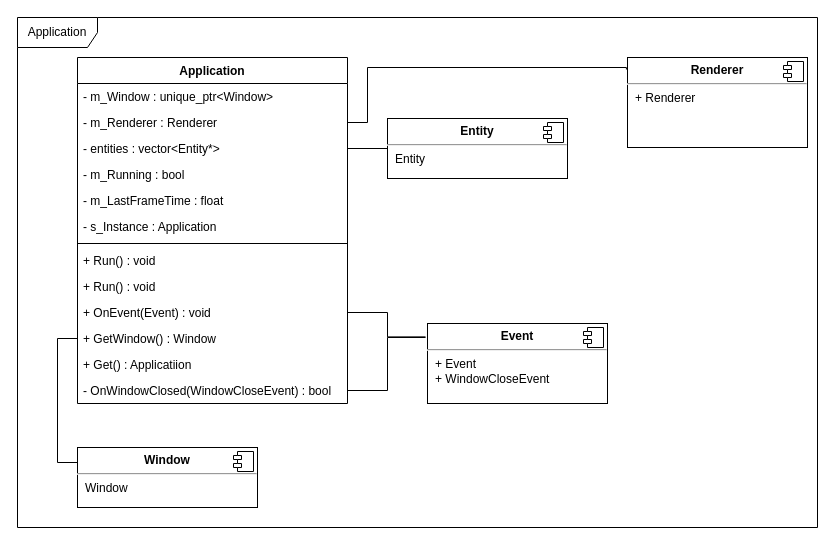
The draw.io diagram page "Application" (4 of 8) of UMLDiagram.drawio in hazN/ECS_Engine, before the edit. Source tidied: cells renumbered, new cells numbered last; positions are measured from the earlier drawing's top-left corner, leaving out a move shared by most shapes. Both pictures are drawn from the tidied source at 100%, with x=0, y=0 at pixel (17, 17).
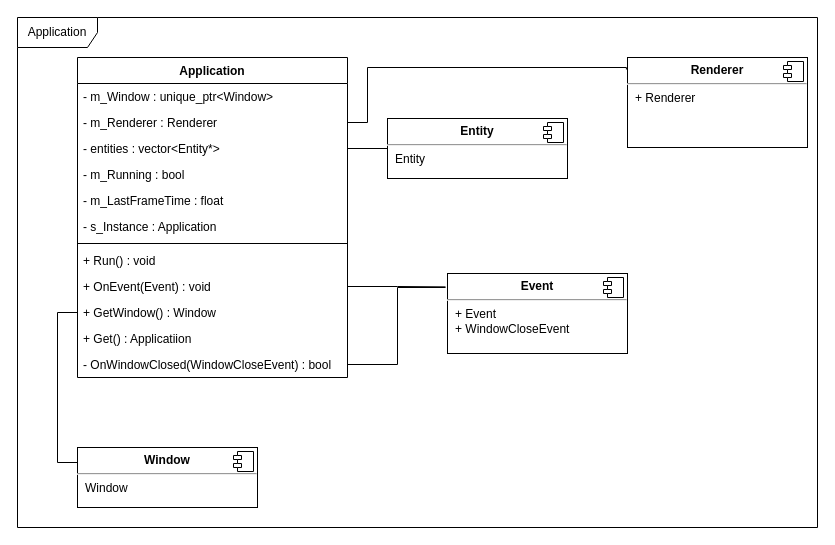
The same page after the edit.

What changed in the source:
```diff
@@
     <mxCell id="3" value="Application" style="swimlane;fontStyle=1;align=center;verticalAlign=top;horizontal=1;startSize=26;" parent="1" vertex="1">
-      <mxGeometry x="60" y="40" width="270" height="346" as="geometry" />
+      <mxGeometry x="60" y="40" width="270" height="320" as="geometry" />
     </mxCell>
@@
-    <mxCell id="11" value="+ Run() : void" style="text;strokeColor=none;fillColor=none;align=left;verticalAlign=top;spacingLeft=4;spacingRight=4;overflow=hidden;" parent="3" vertex="1">
-      <mxGeometry y="190" width="270" height="26" as="geometry" />
-    </mxCell>
     <mxCell id="12" value="+ Run() : void" style="text;strokeColor=none;fillColor=none;align=left;verticalAlign=top;spacingLeft=4;spacingRight=4;overflow=hidden;" parent="3" vertex="1">
-      <mxGeometry y="216" width="270" height="26" as="geometry" />
+      <mxGeometry y="190" width="270" height="26" as="geometry" />
     </mxCell>
     <mxCell id="13" value="+ OnEvent(Event) : void" style="text;strokeColor=none;fillColor=none;align=left;verticalAlign=top;spacingLeft=4;spacingRight=4;overflow=hidden;points=[[0,0.5],[1,0.5]];portConstraint=eastwest;" parent="3" vertex="1">
-      <mxGeometry y="242" width="270" height="26" as="geometry" />
+      <mxGeometry y="216" width="270" height="26" as="geometry" />
     </mxCell>
     <mxCell id="14" value="+ GetWindow() : Window" style="text;strokeColor=none;fillColor=none;align=left;verticalAlign=top;spacingLeft=4;spacingRight=4;overflow=hidden;points=[[0,0.5],[1,0.5]];portConstraint=eastwest;" parent="3" vertex="1">
-      <mxGeometry y="268" width="270" height="26" as="geometry" />
+      <mxGeometry y="242" width="270" height="26" as="geometry" />
     </mxCell>
     <mxCell id="15" value="+ Get() : Applicatiion" style="text;strokeColor=none;fillColor=none;align=left;verticalAlign=top;spacingLeft=4;spacingRight=4;overflow=hidden;" parent="3" vertex="1">
-      <mxGeometry y="294" width="270" height="26" as="geometry" />
+      <mxGeometry y="268" width="270" height="26" as="geometry" />
     </mxCell>
     <mxCell id="16" value="- OnWindowClosed(WindowCloseEvent) : bool" style="text;strokeColor=none;fillColor=none;align=left;verticalAlign=top;spacingLeft=4;spacingRight=4;overflow=hidden;points=[[0,0.5],[1,0.5]];portConstraint=eastwest;" parent="3" vertex="1">
-      <mxGeometry y="320" width="270" height="26" as="geometry" />
+      <mxGeometry y="294" width="270" height="26" as="geometry" />
     </mxCell>
@@
     <mxCell id="21" value="&lt;p style=&quot;margin:0px;margin-top:6px;text-align:center;&quot;&gt;&lt;b&gt;Event&lt;/b&gt;&lt;/p&gt;&lt;hr&gt;&lt;p style=&quot;margin:0px;margin-left:8px;&quot;&gt;+ Event&lt;br&gt;&lt;/p&gt;&lt;p style=&quot;margin:0px;margin-left:8px;&quot;&gt;+ WindowCloseEvent&lt;/p&gt;" style="align=left;overflow=fill;html=1;" parent="1" vertex="1">
-      <mxGeometry x="410" y="306" width="180" height="80" as="geometry" />
+      <mxGeometry x="430" y="256" width="180" height="80" as="geometry" />
     </mxCell>
```
